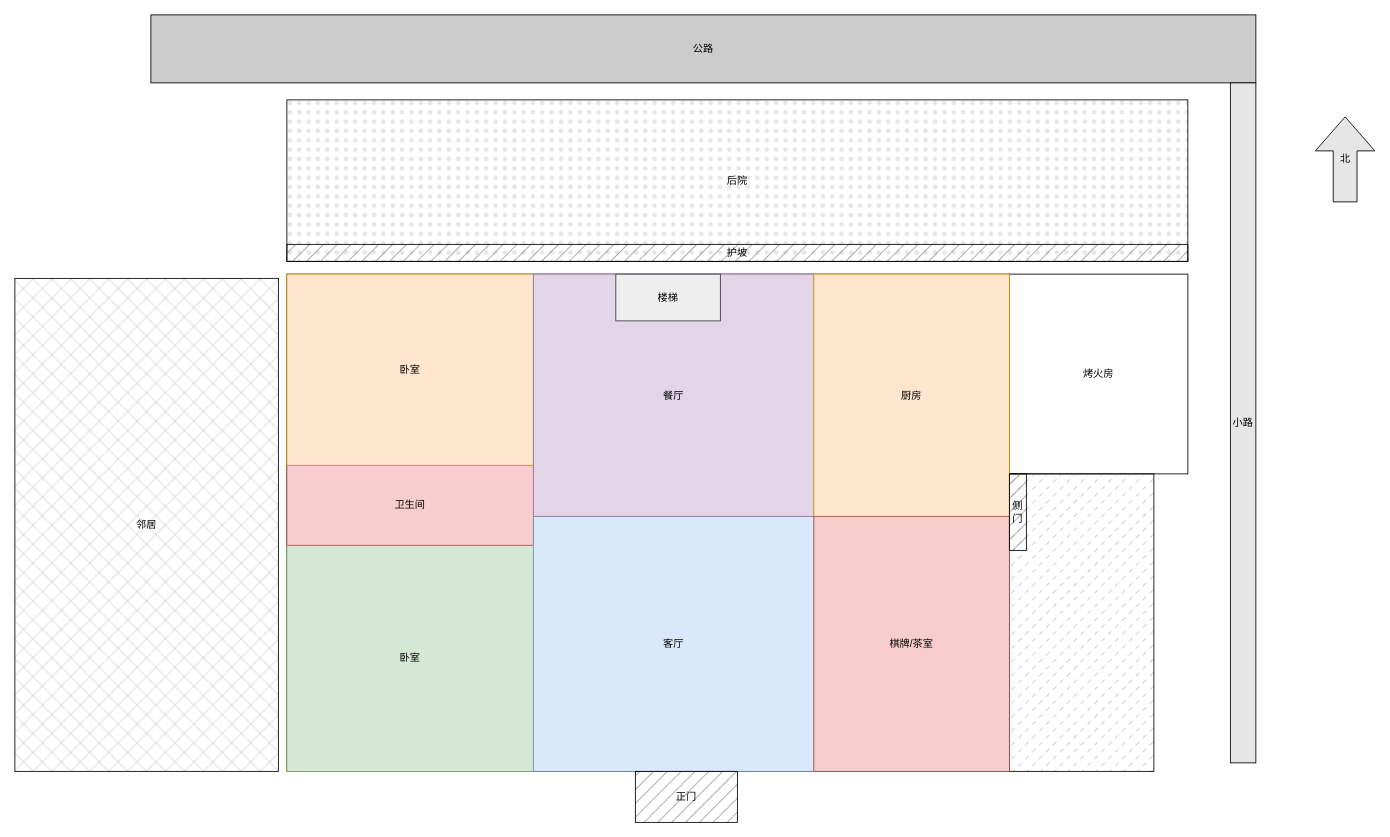
Above: 未命名绘图.drawio in vw331/git-resource (draw.io), before the change. Source tidied: cells renumbered, new cells numbered last; positions are measured from the earlier drawing's top-left corner, leaving out a move shared by most shapes. Both pictures are drawn from the tidied source at 85%, with x=0, y=0 at pixel (14, 14).
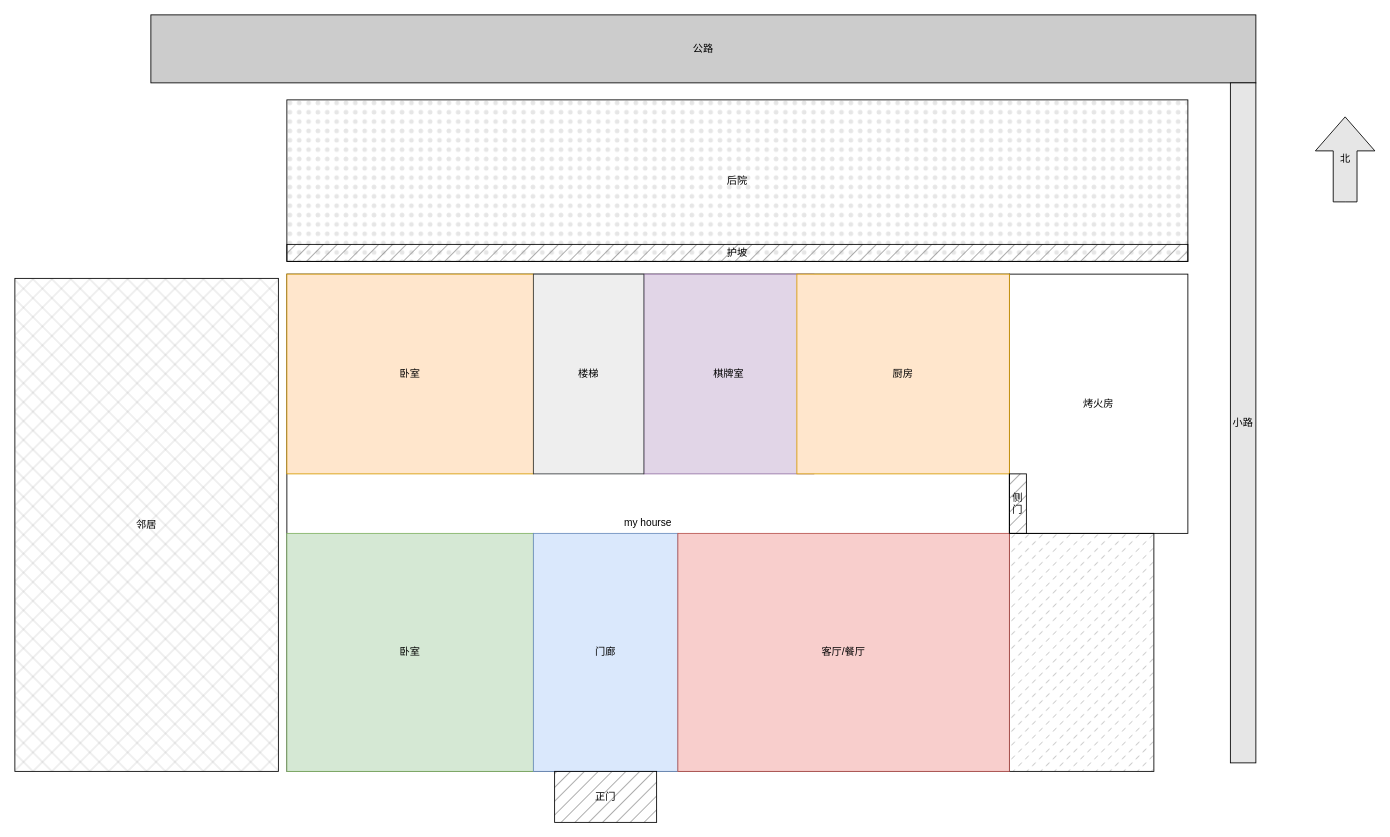
Above is the later version.

Commit message:
更新未命名绘图.drawio

Diff of the diagram source:
```diff
@@
     <mxCell id="7" value="烤火房" style="rounded=0;whiteSpace=wrap;html=1;" parent="1" vertex="1">
-      <mxGeometry x="1170" y="305" width="210" height="235" as="geometry" />
+      <mxGeometry x="1170" y="305" width="210" height="305" as="geometry" />
     </mxCell>
     <mxCell id="8" style="rounded=0;whiteSpace=wrap;html=1;fillColor=#B3B3B3;fillStyle=dashed;" parent="1" vertex="1">
-      <mxGeometry x="1170" y="540" width="170" height="350" as="geometry" />
+      <mxGeometry x="1170" y="610" width="170" height="280" as="geometry" />
     </mxCell>
@@
     <mxCell id="11" value="卧室" style="rounded=0;whiteSpace=wrap;html=1;fillStyle=auto;fillColor=#d5e8d4;strokeColor=#82b366;" parent="1" vertex="1">
-      <mxGeometry x="320" y="624" width="290" height="266" as="geometry" />
+      <mxGeometry x="320" y="610" width="290" height="280" as="geometry" />
     </mxCell>
-    <mxCell id="12" value="卫生间" style="rounded=0;whiteSpace=wrap;html=1;fillStyle=auto;fillColor=#f8cecc;strokeColor=#b85450;" parent="1" vertex="1">
-      <mxGeometry x="320" y="530" width="290" height="94" as="geometry" />
-    </mxCell>
     <mxCell id="13" value="卧室" style="rounded=0;whiteSpace=wrap;html=1;fillStyle=auto;fillColor=#ffe6cc;strokeColor=#d79b00;" parent="1" vertex="1">
-      <mxGeometry x="320" y="305" width="290" height="225" as="geometry" />
+      <mxGeometry x="320" y="305" width="290" height="235" as="geometry" />
     </mxCell>
-    <mxCell id="14" value="客厅" style="rounded=0;whiteSpace=wrap;html=1;fillStyle=auto;fillColor=#dae8fc;strokeColor=#6c8ebf;" parent="1" vertex="1">
-      <mxGeometry x="610" y="590" width="330" height="300" as="geometry" />
+    <mxCell id="14" value="门廊" style="rounded=0;whiteSpace=wrap;html=1;fillStyle=auto;fillColor=#dae8fc;strokeColor=#6c8ebf;" parent="1" vertex="1">
+      <mxGeometry x="610" y="610" width="170" height="280" as="geometry" />
     </mxCell>
     <mxCell id="15" value="正门" style="rounded=0;whiteSpace=wrap;html=1;fillStyle=hatch;fillColor=#808080;" parent="1" vertex="1">
-      <mxGeometry x="730" y="890" width="120" height="60" as="geometry" />
+      <mxGeometry x="635" y="890" width="120" height="60" as="geometry" />
     </mxCell>
-    <mxCell id="16" value="餐厅" style="rounded=0;whiteSpace=wrap;html=1;fillStyle=auto;fillColor=#e1d5e7;strokeColor=#9673a6;" parent="1" vertex="1">
-      <mxGeometry x="610" y="305" width="330" height="285" as="geometry" />
+    <mxCell id="16" value="棋牌室" style="rounded=0;whiteSpace=wrap;html=1;fillStyle=auto;fillColor=#e1d5e7;strokeColor=#9673a6;" parent="1" vertex="1">
+      <mxGeometry x="740" y="305" width="200" height="235" as="geometry" />
     </mxCell>
     <mxCell id="17" value="楼梯" style="rounded=0;whiteSpace=wrap;html=1;fillStyle=auto;fillColor=#eeeeee;strokeColor=#36393d;" parent="1" vertex="1">
-      <mxGeometry x="707" y="305" width="123" height="55" as="geometry" />
+      <mxGeometry x="610" y="305" width="130" height="235" as="geometry" />
     </mxCell>
     <mxCell id="18" value="厨房" style="rounded=0;whiteSpace=wrap;html=1;fillStyle=auto;fillColor=#ffe6cc;strokeColor=#d79b00;" parent="1" vertex="1">
-      <mxGeometry x="940" y="305" width="230" height="285" as="geometry" />
+      <mxGeometry x="920" y="305" width="250" height="235" as="geometry" />
     </mxCell>
-    <mxCell id="19" value="棋牌/茶室" style="rounded=0;whiteSpace=wrap;html=1;fillStyle=auto;fillColor=#f8cecc;strokeColor=#b85450;" parent="1" vertex="1">
-      <mxGeometry x="940" y="590" width="230" height="300" as="geometry" />
+    <mxCell id="19" value="客厅/餐厅" style="rounded=0;whiteSpace=wrap;html=1;fillStyle=auto;fillColor=#f8cecc;strokeColor=#b85450;" parent="1" vertex="1">
+      <mxGeometry x="780" y="610" width="390" height="280" as="geometry" />
     </mxCell>
     <mxCell id="20" value="侧门" style="rounded=0;whiteSpace=wrap;html=1;fillStyle=hatch;fillColor=#808080;" parent="1" vertex="1">
-      <mxGeometry x="1170" y="540" width="20" height="90" as="geometry" />
+      <mxGeometry x="1170" y="540" width="20" height="70" as="geometry" />
     </mxCell>
```
